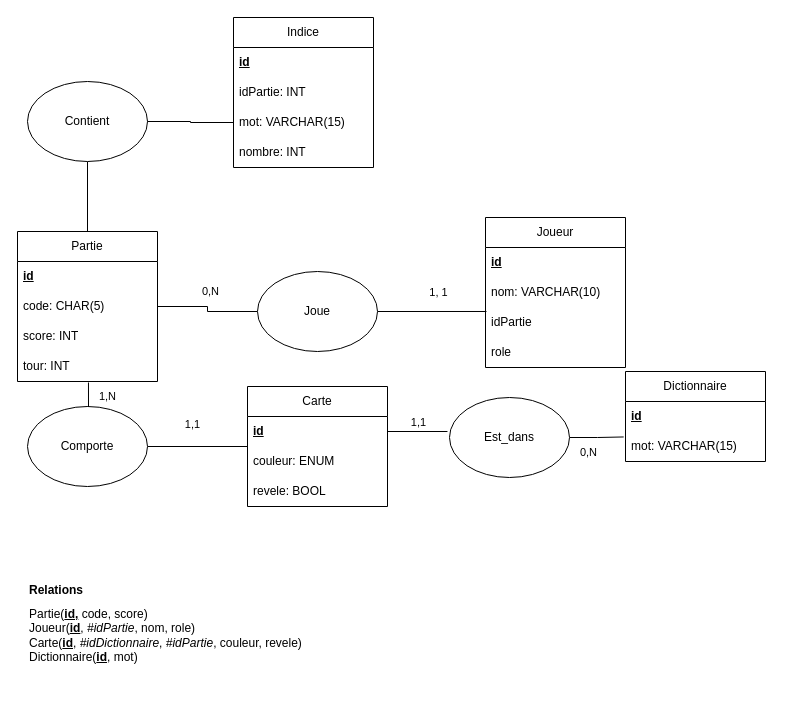
Earlier version of the draw.io diagram polynames_bdd.drawio (GehuL/PolyNames). Source tidied: cells renumbered, new cells numbered last; positions are measured from the earlier drawing's top-left corner, leaving out a move shared by most shapes. Both pictures are drawn from the tidied source at 100%, with x=0, y=0 at pixel (17, 17).
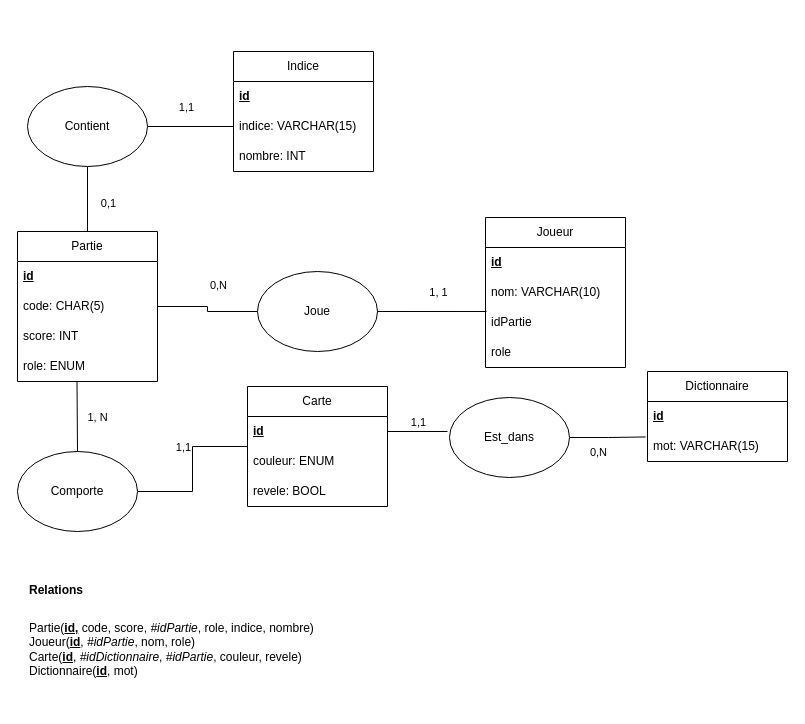
Above is the later version.

Commit message (it also covers changes not shown here):
ajout de l'indice dans la BDD

Unchanged cells that the change refers to:
```xml
<mxCell id="14" value="Partie" style="swimlane;fontStyle=0;horizontal=1;startSize=30;whiteSpace=wrap;html=1;" parent="1" vertex="1">
  <mxGeometry y="214" width="140" height="150" as="geometry" />
</mxCell>
<mxCell id="19" style="edgeStyle=orthogonalEdgeStyle;rounded=0;jettySize=auto;html=1;entryX=0;entryY=0.5;entryDx=0;entryDy=0;endArrow=none;endFill=0;" parent="1" edge="1" source="14" target="31">
  <mxGeometry relative="1" as="geometry" />
</mxCell>
<mxCell id="39" style="edgeStyle=orthogonalEdgeStyle;rounded=0;jettySize=auto;html=1;exitX=0.5;exitY=1;exitDx=0;exitDy=0;entryX=0.5;entryY=0;entryDx=0;entryDy=0;endArrow=none;endFill=0;" parent="1" edge="1" source="40" target="14">
  <mxGeometry relative="1" as="geometry" />
</mxCell>
<mxCell id="41" style="edgeStyle=orthogonalEdgeStyle;rounded=0;jettySize=auto;html=1;exitX=0;exitY=0.5;exitDx=0;exitDy=0;entryX=1;entryY=0.5;entryDx=0;entryDy=0;endArrow=none;endFill=0;" parent="1" edge="1" source="37" target="40">
  <mxGeometry relative="1" as="geometry" />
</mxCell>
```

Diff of the diagram source:
```diff
@@
     <mxCell id="11" value="Dictionnaire" style="swimlane;fontStyle=0;horizontal=1;startSize=30;whiteSpace=wrap;html=1;" parent="1" vertex="1">
-      <mxGeometry x="608" y="354" width="140" height="90" as="geometry" />
+      <mxGeometry x="630" y="354" width="140" height="90" as="geometry" />
     </mxCell>
@@
-    <mxCell id="18" value="tour: INT" style="text;strokeColor=none;fillColor=none;align=left;verticalAlign=middle;spacingLeft=4;spacingRight=4;overflow=hidden;points=[[0,0.5],[1,0.5]];portConstraint=eastwest;whiteSpace=wrap;html=1;" parent="14" vertex="1">
-      <mxGeometry y="120" width="140" height="30" as="geometry" />
-    </mxCell>
+    <mxCell id="44" value="role: ENUM" style="text;strokeColor=none;fillColor=none;align=left;verticalAlign=middle;spacingLeft=4;spacingRight=4;overflow=hidden;points=[[0,0.5],[1,0.5]];portConstraint=eastwest;whiteSpace=wrap;html=1;" parent="14" vertex="1">
+      <mxGeometry y="120" width="140" height="30" as="geometry" />
+    </mxCell>
@@
     <mxCell id="20" value="0,N" style="edgeLabel;html=1;align=center;verticalAlign=middle;" parent="19" vertex="1">
       <mxGeometry x="0.03" y="2" relative="1" as="geometry">
-        <mxPoint y="-20" as="offset" />
+        <mxPoint x="8" y="-26" as="offset" />
       </mxGeometry>
     </mxCell>
@@
-    <mxCell id="22" value="Partie(&lt;u style=&quot;font-weight: bold;&quot;&gt;id,&lt;/u&gt;&amp;nbsp;code, score)&lt;div&gt;Joueur(&lt;b style=&quot;&quot;&gt;&lt;u&gt;id&lt;/u&gt;&lt;/b&gt;, &lt;i&gt;#idPartie&lt;/i&gt;, nom, role)&lt;/div&gt;&lt;div&gt;Carte(&lt;b&gt;&lt;u&gt;id&lt;/u&gt;&lt;/b&gt;, &lt;i&gt;#idDictionnaire&lt;/i&gt;, &lt;i&gt;#idPartie&lt;/i&gt;, couleur, revele)&lt;/div&gt;&lt;div&gt;Dictionnaire(&lt;b&gt;&lt;u&gt;id&lt;/u&gt;&lt;/b&gt;, mot)&lt;/div&gt;" style="text;html=1;align=left;verticalAlign=middle;whiteSpace=wrap;rounded=0;" parent="1" vertex="1">
-      <mxGeometry x="10" y="599" width="320" height="38" as="geometry" />
+    <mxCell id="22" value="Partie(&lt;u style=&quot;font-weight: bold;&quot;&gt;id,&lt;/u&gt;&amp;nbsp;code, score,&amp;nbsp;&lt;i&gt;#idPartie&lt;/i&gt;, role, indice, nombre)&lt;div&gt;&lt;div&gt;Joueur(&lt;b style=&quot;&quot;&gt;&lt;u&gt;id&lt;/u&gt;&lt;/b&gt;, &lt;i&gt;#idPartie&lt;/i&gt;, nom, role)&lt;/div&gt;&lt;div&gt;Carte(&lt;b&gt;&lt;u&gt;id&lt;/u&gt;&lt;/b&gt;, &lt;i&gt;#idDictionnaire&lt;/i&gt;, &lt;i&gt;#idPartie&lt;/i&gt;, couleur, revele)&lt;/div&gt;&lt;div&gt;Dictionnaire(&lt;b&gt;&lt;u&gt;id&lt;/u&gt;&lt;/b&gt;, mot)&lt;/div&gt;&lt;/div&gt;" style="text;html=1;align=left;verticalAlign=middle;whiteSpace=wrap;rounded=0;" parent="1" vertex="1">
+      <mxGeometry x="10" y="574" width="320" height="115" as="geometry" />
     </mxCell>
@@
     <mxCell id="32" value="Comporte" style="ellipse;whiteSpace=wrap;html=1;" parent="1" vertex="1">
-      <mxGeometry x="10" y="389" width="120" height="80" as="geometry" />
+      <mxGeometry y="434" width="120" height="80" as="geometry" />
     </mxCell>
@@
     <mxCell id="34" value="Indice" style="swimlane;fontStyle=0;horizontal=1;startSize=30;whiteSpace=wrap;html=1;" parent="1" vertex="1">
-      <mxGeometry x="216" width="140" height="150" as="geometry" />
+      <mxGeometry x="216" y="34" width="140" height="120" as="geometry" />
     </mxCell>
@@
-    <mxCell id="36" value="idPartie: INT" style="text;strokeColor=none;fillColor=none;align=left;verticalAlign=middle;spacingLeft=4;spacingRight=4;overflow=hidden;whiteSpace=wrap;html=1;" parent="34" vertex="1">
-      <mxGeometry y="60" width="140" height="30" as="geometry" />
-    </mxCell>
-    <mxCell id="37" value="mot: VARCHAR(15)" style="text;strokeColor=none;fillColor=none;align=left;verticalAlign=middle;spacingLeft=4;spacingRight=4;overflow=hidden;points=[[0,0.5],[1,0.5]];portConstraint=eastwest;whiteSpace=wrap;html=1;" parent="34" vertex="1">
-      <mxGeometry y="90" width="140" height="30" as="geometry" />
+    <mxCell id="37" value="indice: VARCHAR(15)" style="text;strokeColor=none;fillColor=none;align=left;verticalAlign=middle;spacingLeft=4;spacingRight=4;overflow=hidden;points=[[0,0.5],[1,0.5]];portConstraint=eastwest;whiteSpace=wrap;html=1;" parent="34" vertex="1">
+      <mxGeometry y="60" width="140" height="30" as="geometry" />
     </mxCell>
     <mxCell id="38" value="nombre: INT" style="text;strokeColor=none;fillColor=none;align=left;verticalAlign=middle;spacingLeft=4;spacingRight=4;overflow=hidden;whiteSpace=wrap;html=1;" parent="34" vertex="1">
-      <mxGeometry y="120" width="140" height="30" as="geometry" />
+      <mxGeometry y="90" width="140" height="30" as="geometry" />
     </mxCell>
@@
+    <mxCell id="45" value="0,1" style="edgeLabel;html=1;align=center;verticalAlign=middle;" parent="39" vertex="1">
+      <mxGeometry x="0.1" y="-2" relative="1" as="geometry">
+        <mxPoint x="22" as="offset" />
+      </mxGeometry>
+    </mxCell>
     <mxCell id="40" value="Contient" style="ellipse;whiteSpace=wrap;html=1;" parent="1" vertex="1">
-      <mxGeometry x="10" y="64" width="120" height="80" as="geometry" />
+      <mxGeometry x="10" y="69" width="120" height="80" as="geometry" />
     </mxCell>
@@
-    <mxCell id="42" style="edgeStyle=orthogonalEdgeStyle;rounded=0;jettySize=auto;html=1;exitX=0.5;exitY=0;exitDx=0;exitDy=0;entryX=0.507;entryY=1.033;entryDx=0;entryDy=0;entryPerimeter=0;endArrow=none;endFill=0;" parent="1" edge="1" source="32" target="18">
-      <mxGeometry relative="1" as="geometry" />
-    </mxCell>
-    <mxCell id="43" value="1,N" style="edgeLabel;html=1;align=center;verticalAlign=middle;" parent="42" vertex="1">
-      <mxGeometry x="0.11" y="-3" relative="1" as="geometry">
-        <mxPoint x="16" y="3" as="offset" />
-      </mxGeometry>
-    </mxCell>
+    <mxCell id="46" value="1,1" style="edgeLabel;html=1;align=center;verticalAlign=middle;" parent="41" vertex="1">
+      <mxGeometry x="0.06" relative="1" as="geometry">
+        <mxPoint x="-2" y="-20" as="offset" />
+      </mxGeometry>
+    </mxCell>
+    <mxCell id="47" style="rounded=0;jettySize=auto;html=1;exitX=0.5;exitY=0;exitDx=0;exitDy=0;entryX=0.425;entryY=0.994;entryDx=0;entryDy=0;entryPerimeter=0;endArrow=none;endFill=0;" parent="1" edge="1" source="32" target="44">
+      <mxGeometry relative="1" as="geometry" />
+    </mxCell>
+    <mxCell id="48" value="1, N" style="edgeLabel;html=1;align=center;verticalAlign=middle;" parent="47" vertex="1">
+      <mxGeometry relative="1" as="geometry">
+        <mxPoint x="20" as="offset" />
+      </mxGeometry>
+    </mxCell>
```
